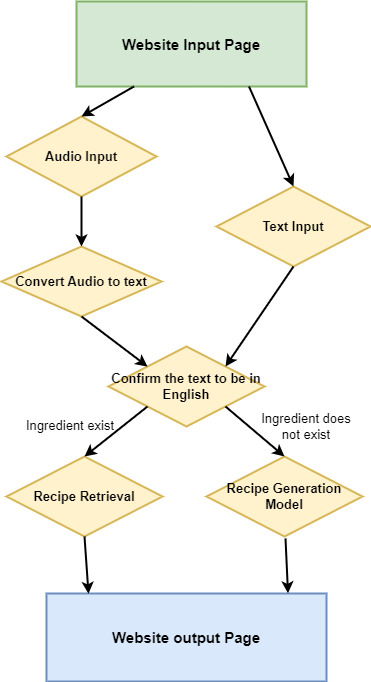
This is DSAN5400_project.png from jg2185/Recipe-Retrieval-2.0, a draw.io export, as it was before one commit. Source tidied: cells renumbered, new cells last; positions are measured from the earlier drawing's top-left corner, leaving out a move shared by most shapes.
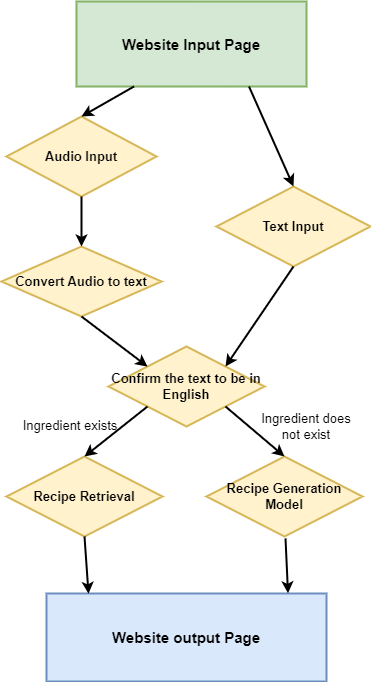
After the change.

Change to the diagram source:
```diff
@@ -43,7 +43,7 @@
     <mxCell id="14" style="endArrow=classic;html=1;rounded=0;exitX=1;exitY=1;exitDx=0;exitDy=0;entryX=0.5;entryY=0;entryDx=0;entryDy=0;strokeWidth=2;fontSize=13;fontStyle=1;" parent="1" edge="1" source="9" target="12">
       <mxGeometry relative="1" as="geometry" />
     </mxCell>
-    <mxCell id="15" value="Ingredient exist" style="text;html=1;align=center;verticalAlign=middle;whiteSpace=wrap;rounded=0;rotation=0;strokeWidth=2;fontSize=13;fontStyle=0;" parent="1" vertex="1">
+    <mxCell id="15" value="Ingredient exists" style="text;html=1;align=center;verticalAlign=middle;whiteSpace=wrap;rounded=0;rotation=0;strokeWidth=2;fontSize=13;fontStyle=0;" parent="1" vertex="1">
       <mxGeometry x="19" y="409" width="100" height="30" as="geometry" />
     </mxCell>
     <mxCell id="16" value="Ingredient does not exist" style="text;html=1;align=center;verticalAlign=middle;whiteSpace=wrap;rounded=0;rotation=0;strokeWidth=2;fontSize=13;fontStyle=0;" parent="1" vertex="1">
```
